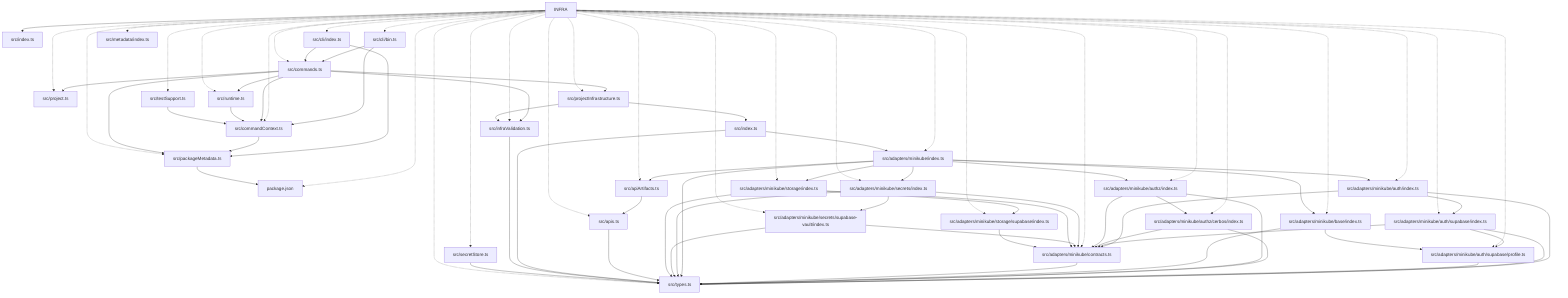
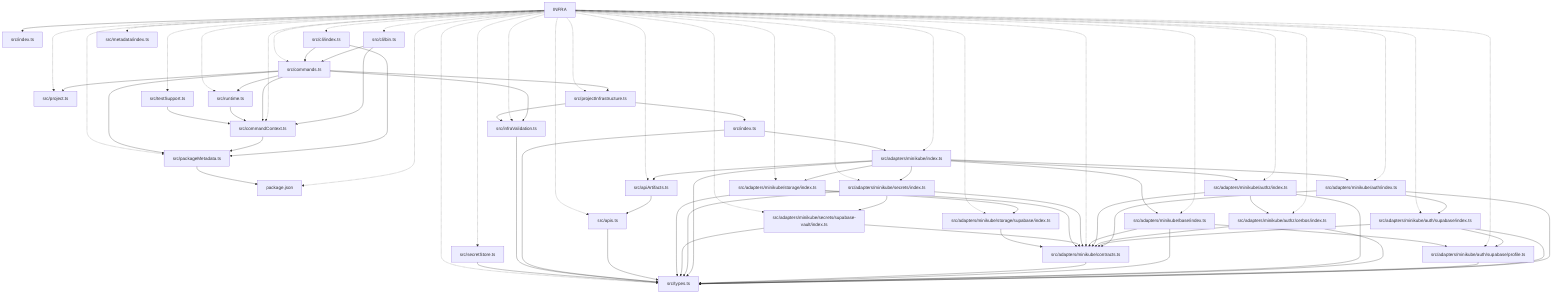
graph TD
  package__ankhorage_infra["INFRA"]
  entrypoint_src_index_ts["src/index.ts"]
  package__ankhorage_infra --> entrypoint_src_index_ts
  module_package_json["package.json"]
  package__ankhorage_infra -.-> module_package_json
  module_src_adapters_minikube_auth_index_ts["src/adapters/minikube/auth/index.ts"]
  package__ankhorage_infra -.-> module_src_adapters_minikube_auth_index_ts
  module_src_adapters_minikube_auth_index_ts --> module_src_adapters_minikube_auth_supabase_index_ts
  module_src_adapters_minikube_auth_index_ts --> module_src_adapters_minikube_contracts_ts
  module_src_adapters_minikube_auth_index_ts --> module_src_types_ts
  module_src_adapters_minikube_auth_supabase_index_ts["src/adapters/minikube/auth/supabase/index.ts"]
  package__ankhorage_infra -.-> module_src_adapters_minikube_auth_supabase_index_ts
  module_src_adapters_minikube_auth_supabase_index_ts --> module_src_adapters_minikube_auth_supabase_profile_ts
  module_src_adapters_minikube_auth_supabase_index_ts --> module_src_adapters_minikube_contracts_ts
  module_src_adapters_minikube_auth_supabase_index_ts --> module_src_types_ts
  module_src_adapters_minikube_auth_supabase_profile_ts["src/adapters/minikube/auth/supabase/profile.ts"]
  package__ankhorage_infra -.-> module_src_adapters_minikube_auth_supabase_profile_ts
  module_src_adapters_minikube_auth_supabase_profile_ts --> module_src_types_ts
  module_src_adapters_minikube_authz_cerbos_index_ts["src/adapters/minikube/authz/cerbos/index.ts"]
  package__ankhorage_infra -.-> module_src_adapters_minikube_authz_cerbos_index_ts
  module_src_adapters_minikube_authz_cerbos_index_ts --> module_src_adapters_minikube_contracts_ts
  module_src_adapters_minikube_authz_cerbos_index_ts --> module_src_types_ts
  module_src_adapters_minikube_authz_index_ts["src/adapters/minikube/authz/index.ts"]
  package__ankhorage_infra -.-> module_src_adapters_minikube_authz_index_ts
  module_src_adapters_minikube_authz_index_ts --> module_src_adapters_minikube_authz_cerbos_index_ts
  module_src_adapters_minikube_authz_index_ts --> module_src_adapters_minikube_contracts_ts
  module_src_adapters_minikube_authz_index_ts --> module_src_types_ts
  module_src_adapters_minikube_base_index_ts["src/adapters/minikube/base/index.ts"]
  package__ankhorage_infra -.-> module_src_adapters_minikube_base_index_ts
  module_src_adapters_minikube_base_index_ts --> module_src_adapters_minikube_auth_supabase_profile_ts
+   module_src_adapters_minikube_base_index_ts --> module_src_adapters_minikube_contracts_ts
  module_src_adapters_minikube_base_index_ts --> module_src_types_ts
  module_src_adapters_minikube_contracts_ts["src/adapters/minikube/contracts.ts"]
  package__ankhorage_infra -.-> module_src_adapters_minikube_contracts_ts
  module_src_adapters_minikube_contracts_ts --> module_src_types_ts
  module_src_adapters_minikube_index_ts["src/adapters/minikube/index.ts"]
  package__ankhorage_infra -.-> module_src_adapters_minikube_index_ts
  module_src_adapters_minikube_index_ts --> module_src_adapters_minikube_auth_index_ts
  module_src_adapters_minikube_index_ts --> module_src_adapters_minikube_authz_index_ts
  module_src_adapters_minikube_index_ts --> module_src_adapters_minikube_base_index_ts
  module_src_adapters_minikube_index_ts --> module_src_adapters_minikube_secrets_index_ts
  module_src_adapters_minikube_index_ts --> module_src_adapters_minikube_storage_index_ts
  module_src_adapters_minikube_index_ts --> module_src_apiArtifacts_ts
  module_src_adapters_minikube_index_ts --> module_src_types_ts
  module_src_adapters_minikube_secrets_index_ts["src/adapters/minikube/secrets/index.ts"]
  package__ankhorage_infra -.-> module_src_adapters_minikube_secrets_index_ts
  module_src_adapters_minikube_secrets_index_ts --> module_src_adapters_minikube_contracts_ts
  module_src_adapters_minikube_secrets_index_ts --> module_src_adapters_minikube_secrets_supabase_vault_index_ts
  module_src_adapters_minikube_secrets_index_ts --> module_src_types_ts
  module_src_adapters_minikube_secrets_supabase_vault_index_ts["src/adapters/minikube/secrets/supabase-vault/index.ts"]
  package__ankhorage_infra -.-> module_src_adapters_minikube_secrets_supabase_vault_index_ts
  module_src_adapters_minikube_secrets_supabase_vault_index_ts --> module_src_adapters_minikube_contracts_ts
  module_src_adapters_minikube_secrets_supabase_vault_index_ts --> module_src_types_ts
  module_src_adapters_minikube_storage_index_ts["src/adapters/minikube/storage/index.ts"]
  package__ankhorage_infra -.-> module_src_adapters_minikube_storage_index_ts
  module_src_adapters_minikube_storage_index_ts --> module_src_adapters_minikube_contracts_ts
  module_src_adapters_minikube_storage_index_ts --> module_src_adapters_minikube_storage_supabase_index_ts
  module_src_adapters_minikube_storage_index_ts --> module_src_types_ts
  module_src_adapters_minikube_storage_supabase_index_ts["src/adapters/minikube/storage/supabase/index.ts"]
  package__ankhorage_infra -.-> module_src_adapters_minikube_storage_supabase_index_ts
  module_src_adapters_minikube_storage_supabase_index_ts --> module_src_adapters_minikube_contracts_ts
  module_src_apiArtifacts_ts["src/apiArtifacts.ts"]
  package__ankhorage_infra -.-> module_src_apiArtifacts_ts
  module_src_apiArtifacts_ts --> module_src_apis_ts
  module_src_apis_ts["src/apis.ts"]
  package__ankhorage_infra -.-> module_src_apis_ts
  module_src_apis_ts --> module_src_types_ts
  module_src_cli_bin_ts["src/cli/bin.ts"]
  package__ankhorage_infra -.-> module_src_cli_bin_ts
  module_src_cli_bin_ts --> module_src_commandContext_ts
  module_src_cli_bin_ts --> module_src_commands_ts
  module_src_cli_index_ts["src/cli/index.ts"]
  package__ankhorage_infra -.-> module_src_cli_index_ts
  module_src_cli_index_ts --> module_src_commands_ts
  module_src_cli_index_ts --> module_src_packageMetadata_ts
  module_src_commandContext_ts["src/commandContext.ts"]
  package__ankhorage_infra -.-> module_src_commandContext_ts
  module_src_commandContext_ts --> module_src_packageMetadata_ts
  module_src_commands_ts["src/commands.ts"]
  package__ankhorage_infra -.-> module_src_commands_ts
  module_src_commands_ts --> module_src_commandContext_ts
  module_src_commands_ts --> module_src_infraValidation_ts
  module_src_commands_ts --> module_src_packageMetadata_ts
  module_src_commands_ts --> module_src_project_ts
  module_src_commands_ts --> module_src_projectInfrastructure_ts
  module_src_commands_ts --> module_src_runtime_ts
  module_src_index_ts["src/index.ts"]
  module_src_index_ts --> module_src_adapters_minikube_index_ts
  module_src_index_ts --> module_src_types_ts
  module_src_infraValidation_ts["src/infraValidation.ts"]
  package__ankhorage_infra -.-> module_src_infraValidation_ts
  module_src_infraValidation_ts --> module_src_types_ts
  module_src_metadata_index_ts["src/metadata/index.ts"]
  package__ankhorage_infra -.-> module_src_metadata_index_ts
  module_src_packageMetadata_ts["src/packageMetadata.ts"]
  package__ankhorage_infra -.-> module_src_packageMetadata_ts
  module_src_packageMetadata_ts --> module_package_json
  module_src_project_ts["src/project.ts"]
  package__ankhorage_infra -.-> module_src_project_ts
  module_src_projectInfrastructure_ts["src/projectInfrastructure.ts"]
  package__ankhorage_infra -.-> module_src_projectInfrastructure_ts
  module_src_projectInfrastructure_ts --> module_src_index_ts
  module_src_projectInfrastructure_ts --> module_src_infraValidation_ts
  module_src_runtime_ts["src/runtime.ts"]
  package__ankhorage_infra -.-> module_src_runtime_ts
  module_src_runtime_ts --> module_src_commandContext_ts
  module_src_secretStore_ts["src/secretStore.ts"]
  package__ankhorage_infra -.-> module_src_secretStore_ts
  module_src_secretStore_ts --> module_src_types_ts
  module_src_testSupport_ts["src/testSupport.ts"]
  package__ankhorage_infra -.-> module_src_testSupport_ts
  module_src_testSupport_ts --> module_src_commandContext_ts
  module_src_types_ts["src/types.ts"]
  package__ankhorage_infra -.-> module_src_types_ts
